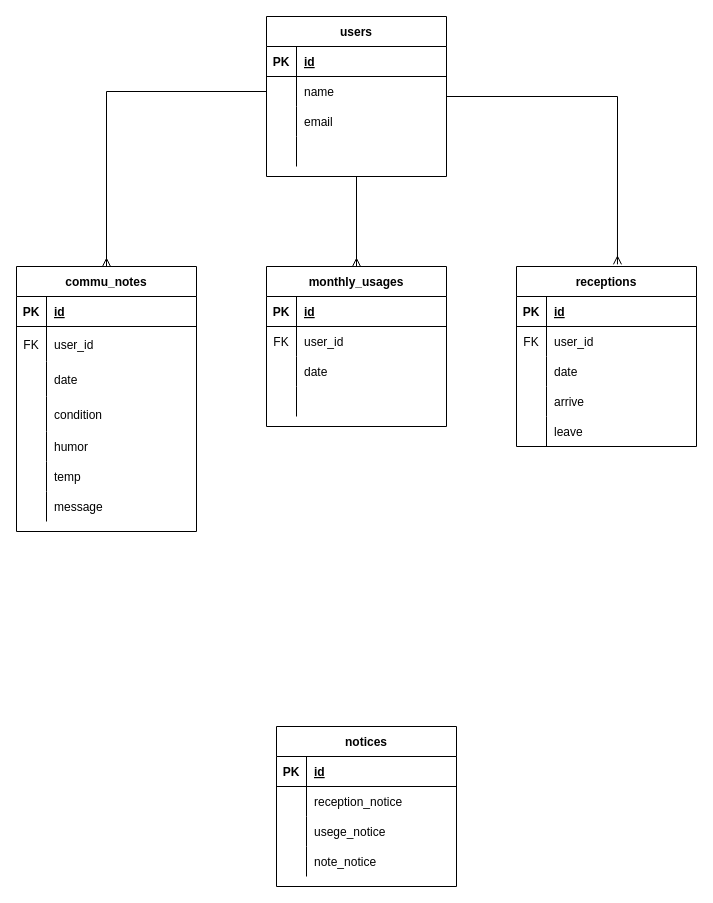
The draw.io diagram myapp.drawio in yasu0408/houday_web_note, before the edit. Source tidied: cells renumbered, new cells numbered last; positions are measured from the earlier drawing's top-left corner, leaving out a move shared by most shapes. Both pictures are drawn from the tidied source at 100%, with x=0, y=0 at pixel (16, 16).
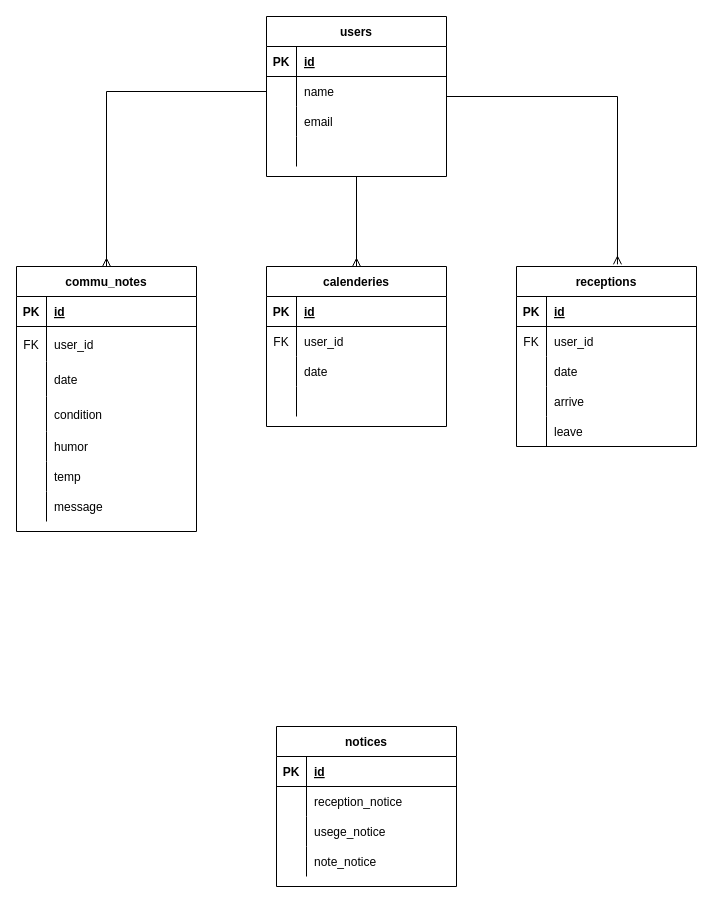
Above is the later version.

Diff of the diagram source:
```diff
@@
-    <mxCell id="2" value="monthly_usages" style="shape=table;startSize=30;childLayout=tableLayout;rowLines=0;fontStyle=1;align=center;" parent="1" vertex="1">
+    <mxCell id="2" value="calenderies" style="shape=table;startSize=30;childLayout=tableLayout;rowLines=0;fontStyle=1;align=center;" parent="1" vertex="1">
       <mxGeometry x="250" y="250" width="180" height="160" as="geometry" />
     </mxCell>
```
